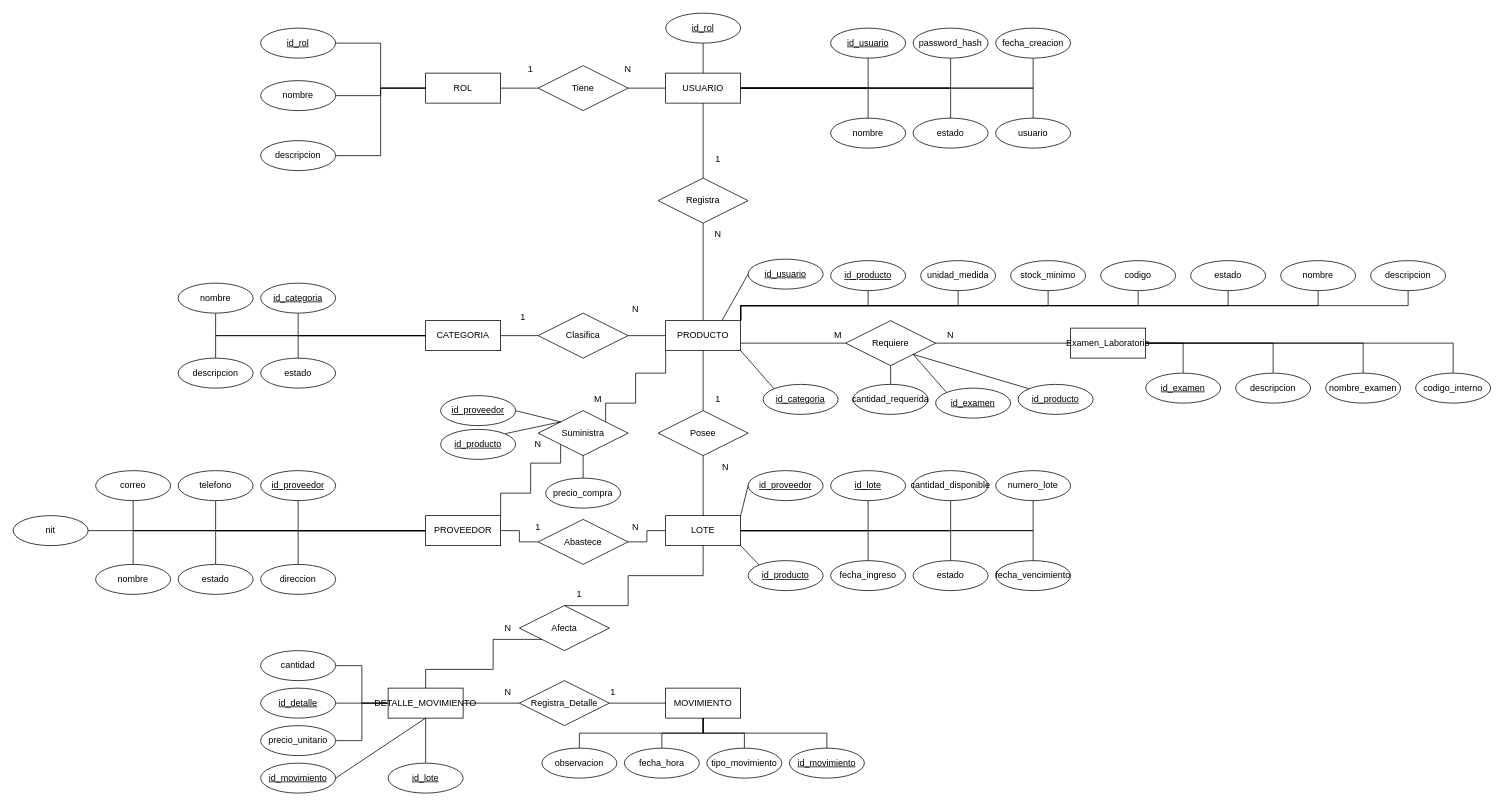
This is docs/diagramas/DIAGRAMA-ER-LAB.drawio from Criss-paz/sistema-inventario-laboratorio, a draw.io file, before an edit. Source tidied: cells renumbered, new cells numbered last; positions are measured from the earlier drawing's top-left corner, leaving out a move shared by most shapes. Both pictures are drawn from the tidied source at 75%, with x=0, y=0 at pixel (13, 13).
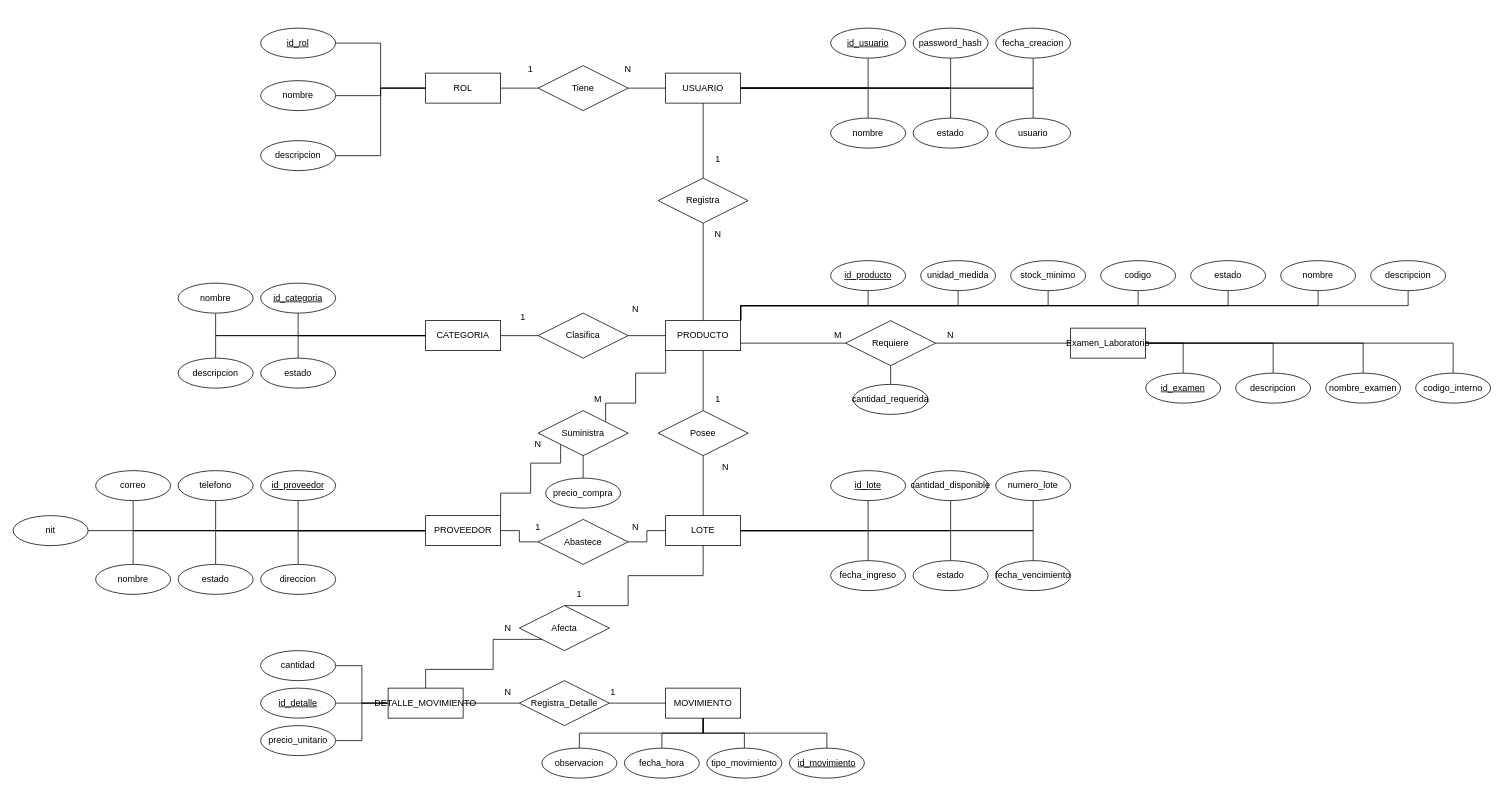
Above is the later version.

Unchanged cells that the change refers to:
```xml
<mxCell id="4" value="USUARIO" style="whiteSpace=wrap;html=1;align=center;" parent="1" vertex="1">
  <mxGeometry x="870" y="80" width="100" height="40" as="geometry" />
</mxCell>
<mxCell id="7" value="PRODUCTO" style="whiteSpace=wrap;html=1;align=center;" parent="1" vertex="1">
  <mxGeometry x="870" y="410" width="100" height="40" as="geometry" />
</mxCell>
<mxCell id="12" value="LOTE" style="whiteSpace=wrap;html=1;align=center;" parent="1" vertex="1">
  <mxGeometry x="870" y="670" width="100" height="40" as="geometry" />
</mxCell>
<mxCell id="116" value="Suministra" style="shape=rhombus;perimeter=rhombusPerimeter;whiteSpace=wrap;html=1;align=center;" parent="1" vertex="1">
  <mxGeometry x="700" y="530" width="120" height="60" as="geometry" />
</mxCell>
<mxCell id="123" value="Requiere" style="shape=rhombus;perimeter=rhombusPerimeter;whiteSpace=wrap;html=1;align=center;" parent="1" vertex="1">
  <mxGeometry x="1110" y="410" width="120" height="60" as="geometry" />
</mxCell>
<mxCell id="138" value="DETALLE_MOVIMIENTO" style="whiteSpace=wrap;html=1;align=center;" parent="1" vertex="1">
  <mxGeometry x="500" y="900" width="100" height="40" as="geometry" />
</mxCell>
```

What changed in the source:
```diff
@@
-    <mxCell id="148" style="edgeStyle=none;curved=1;rounded=0;jettySize=auto;html=1;exitX=0.5;exitY=1;exitDx=0;exitDy=0;entryX=0.5;entryY=0;entryDx=0;entryDy=0;fontSize=12;startSize=8;endSize=8;endArrow=none;endFill=0;" parent="1" edge="1" source="149" target="4">
-      <mxGeometry relative="1" as="geometry" />
-    </mxCell>
-    <mxCell id="149" value="id_rol" style="ellipse;whiteSpace=wrap;html=1;align=center;fontStyle=20;" parent="1" vertex="1">
-      <mxGeometry x="870" width="100" height="40" as="geometry" />
-    </mxCell>
-    <mxCell id="150" style="edgeStyle=none;curved=1;rounded=0;jettySize=auto;html=1;exitX=0;exitY=0;exitDx=0;exitDy=0;entryX=1;entryY=1;entryDx=0;entryDy=0;fontSize=12;startSize=8;endSize=8;endArrow=none;endFill=0;" parent="1" edge="1" source="151" target="7">
-      <mxGeometry relative="1" as="geometry" />
-    </mxCell>
-    <mxCell id="151" value="id_categoria" style="ellipse;whiteSpace=wrap;html=1;align=center;fontStyle=20;" parent="1" vertex="1">
-      <mxGeometry x="1000" y="495" width="100" height="40" as="geometry" />
-    </mxCell>
-    <mxCell id="152" style="edgeStyle=none;curved=1;rounded=0;jettySize=auto;html=1;exitX=0;exitY=0;exitDx=0;exitDy=0;entryX=1;entryY=1;entryDx=0;entryDy=0;fontSize=12;startSize=8;endSize=8;endArrow=none;endFill=0;" parent="1" edge="1" source="153" target="12">
-      <mxGeometry relative="1" as="geometry" />
-    </mxCell>
-    <mxCell id="153" value="id_producto" style="ellipse;whiteSpace=wrap;html=1;align=center;fontStyle=20;" parent="1" vertex="1">
-      <mxGeometry x="980" y="730" width="100" height="40" as="geometry" />
-    </mxCell>
-    <mxCell id="154" value="id_proveedor" style="ellipse;whiteSpace=wrap;html=1;align=center;fontStyle=20;" parent="1" vertex="1">
-      <mxGeometry x="570" y="510" width="100" height="40" as="geometry" />
-    </mxCell>
-    <mxCell id="155" style="edgeStyle=none;curved=1;rounded=0;jettySize=auto;html=1;exitX=1;exitY=0.5;exitDx=0;exitDy=0;entryX=0;entryY=0;entryDx=0;entryDy=0;fontSize=12;startSize=8;endSize=8;endArrow=none;endFill=0;" parent="1" edge="1" source="154" target="116">
-      <mxGeometry relative="1" as="geometry" />
-    </mxCell>
-    <mxCell id="156" style="edgeStyle=none;curved=1;rounded=0;jettySize=auto;html=1;exitX=1;exitY=0;exitDx=0;exitDy=0;entryX=0;entryY=0;entryDx=0;entryDy=0;fontSize=12;startSize=8;endSize=8;endArrow=none;endFill=0;" parent="1" edge="1" source="157" target="116">
-      <mxGeometry relative="1" as="geometry" />
-    </mxCell>
-    <mxCell id="157" value="id_producto" style="ellipse;whiteSpace=wrap;html=1;align=center;fontStyle=20;" parent="1" vertex="1">
-      <mxGeometry x="570" y="555" width="100" height="40" as="geometry" />
-    </mxCell>
-    <mxCell id="158" value="id_examen" style="ellipse;whiteSpace=wrap;html=1;align=center;fontStyle=20;" parent="1" vertex="1">
-      <mxGeometry x="1230" y="500" width="100" height="40" as="geometry" />
-    </mxCell>
-    <mxCell id="159" style="edgeStyle=none;curved=1;rounded=0;jettySize=auto;html=1;exitX=0;exitY=0;exitDx=0;exitDy=0;entryX=1;entryY=1;entryDx=0;entryDy=0;fontSize=12;startSize=8;endSize=8;endArrow=none;endFill=0;" parent="1" edge="1" source="158" target="123">
-      <mxGeometry relative="1" as="geometry" />
-    </mxCell>
-    <mxCell id="160" style="edgeStyle=none;curved=1;rounded=0;jettySize=auto;html=1;exitX=0;exitY=0;exitDx=0;exitDy=0;entryX=1;entryY=1;entryDx=0;entryDy=0;fontSize=12;startSize=8;endSize=8;endArrow=none;endFill=0;" parent="1" edge="1" source="161" target="123">
-      <mxGeometry relative="1" as="geometry" />
-    </mxCell>
-    <mxCell id="161" value="id_producto" style="ellipse;whiteSpace=wrap;html=1;align=center;fontStyle=20;" parent="1" vertex="1">
-      <mxGeometry x="1340" y="495" width="100" height="40" as="geometry" />
-    </mxCell>
-    <mxCell id="162" style="edgeStyle=none;curved=1;rounded=0;jettySize=auto;html=1;exitX=1;exitY=0.5;exitDx=0;exitDy=0;entryX=0.5;entryY=1;entryDx=0;entryDy=0;fontSize=12;startSize=8;endSize=8;endArrow=none;endFill=0;" parent="1" edge="1" source="163" target="138">
-      <mxGeometry relative="1" as="geometry" />
-    </mxCell>
-    <mxCell id="163" value="id_movimiento" style="ellipse;whiteSpace=wrap;html=1;align=center;fontStyle=20;" parent="1" vertex="1">
-      <mxGeometry x="330" y="1000" width="100" height="40" as="geometry" />
-    </mxCell>
-    <mxCell id="164" style="edgeStyle=none;curved=1;rounded=0;jettySize=auto;html=1;exitX=0;exitY=0.5;exitDx=0;exitDy=0;entryX=1;entryY=0;entryDx=0;entryDy=0;fontSize=12;startSize=8;endSize=8;endArrow=none;endFill=0;" parent="1" edge="1" source="165" target="12">
-      <mxGeometry relative="1" as="geometry" />
-    </mxCell>
-    <mxCell id="165" value="id_proveedor" style="ellipse;whiteSpace=wrap;html=1;align=center;fontStyle=20;" parent="1" vertex="1">
-      <mxGeometry x="980" y="610" width="100" height="40" as="geometry" />
-    </mxCell>
-    <mxCell id="166" style="edgeStyle=none;curved=1;rounded=0;jettySize=auto;html=1;exitX=0.5;exitY=0;exitDx=0;exitDy=0;entryX=0.5;entryY=1;entryDx=0;entryDy=0;fontSize=12;startSize=8;endSize=8;endArrow=none;endFill=0;" parent="1" edge="1" source="167" target="138">
-      <mxGeometry relative="1" as="geometry" />
-    </mxCell>
-    <mxCell id="167" value="id_lote" style="ellipse;whiteSpace=wrap;html=1;align=center;fontStyle=20;" parent="1" vertex="1">
-      <mxGeometry x="500" y="1000" width="100" height="40" as="geometry" />
-    </mxCell>
-    <mxCell id="168" style="edgeStyle=none;curved=1;rounded=0;jettySize=auto;html=1;exitX=0;exitY=0.5;exitDx=0;exitDy=0;entryX=0.75;entryY=0;entryDx=0;entryDy=0;fontSize=12;startSize=8;endSize=8;endArrow=none;endFill=0;" parent="1" edge="1" source="169" target="7">
-      <mxGeometry relative="1" as="geometry" />
-    </mxCell>
-    <mxCell id="169" value="id_usuario" style="ellipse;whiteSpace=wrap;html=1;align=center;fontStyle=20;" parent="1" vertex="1">
-      <mxGeometry x="980" y="328" width="100" height="40" as="geometry" />
-    </mxCell>
```
